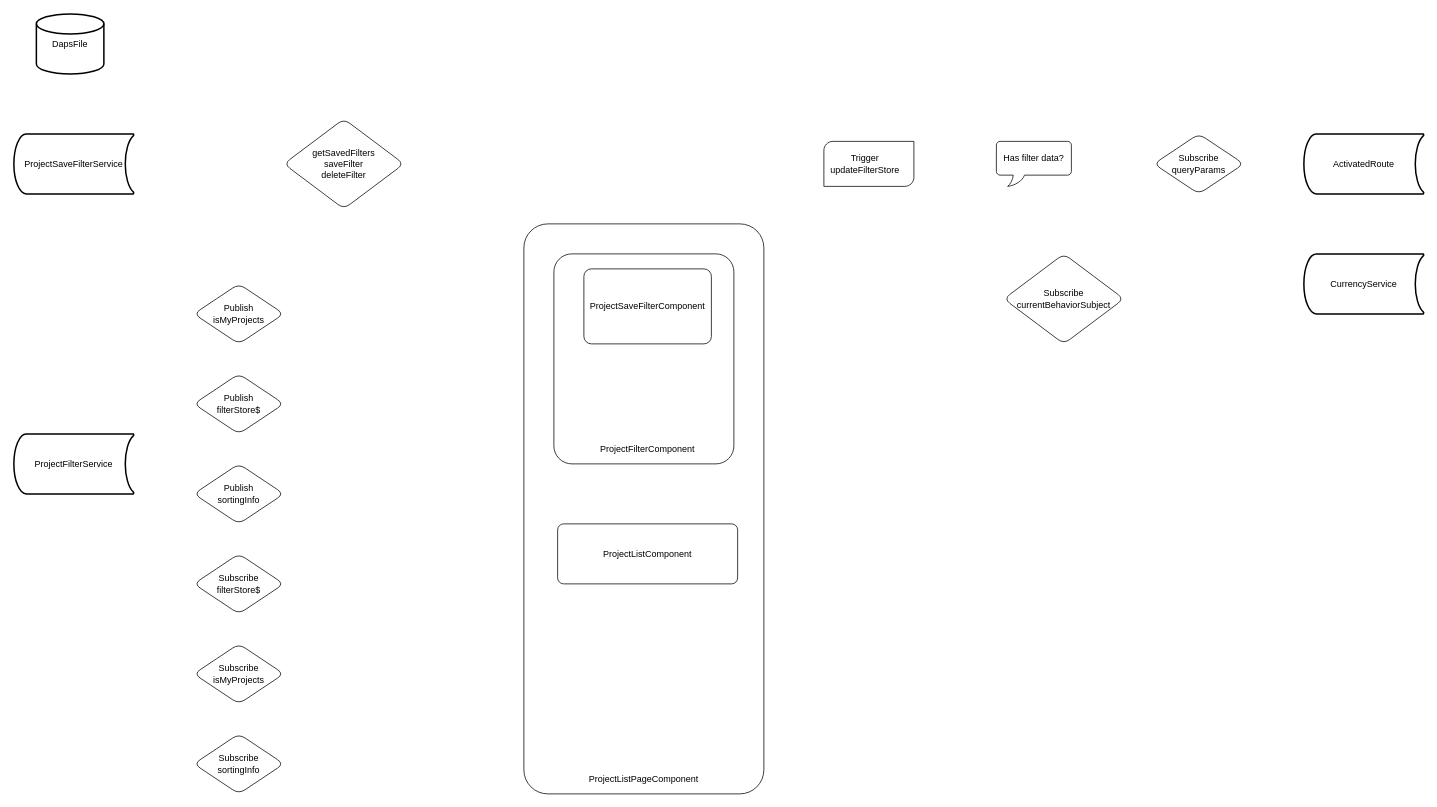
Before: Project-List.drawio in YeShengdong/diagrams, a draw.io diagram. Source tidied: cells renumbered, new cells numbered last; positions are measured from the earlier drawing's top-left corner, leaving out a move shared by most shapes. Both pictures are drawn from the tidied source at 75%, with x=0, y=0 at pixel (14, 14).
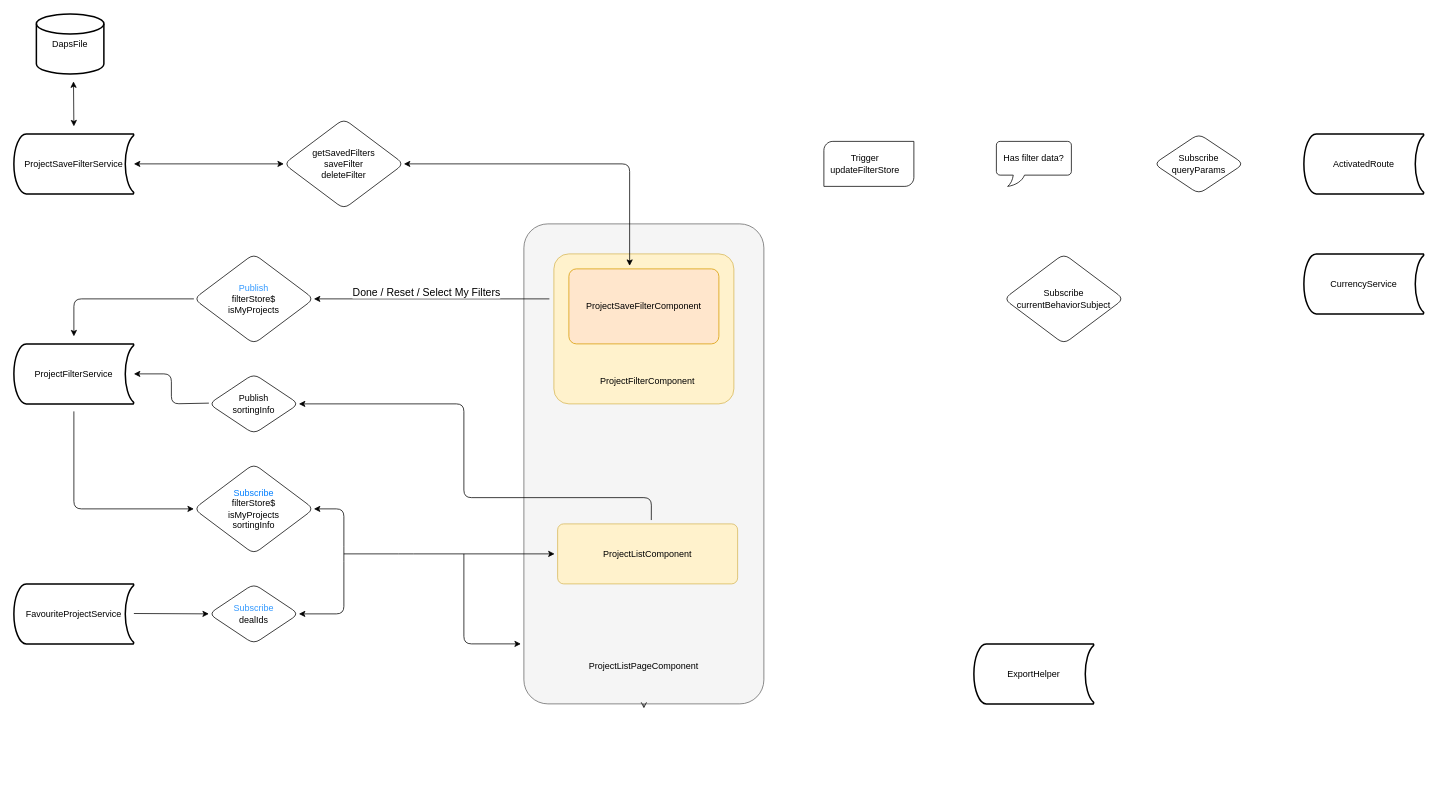
Above is the later version.

What changed in the source:
```diff
@@
-    <mxCell id="2" value="&lt;p style=&quot;line-height: 1;&quot;&gt;&lt;br&gt;&lt;/p&gt;" style="rounded=1;arcSize=10;html=1;align=center;whiteSpace=wrap;fillStyle=auto;glass=0;fillColor=none;" parent="1" vertex="1">
-      <mxGeometry x="680" y="280" width="320" height="760" as="geometry" />
+    <mxCell id="2" value="&lt;p style=&quot;line-height: 1;&quot;&gt;&lt;br&gt;&lt;/p&gt;" style="rounded=1;arcSize=10;html=1;align=center;whiteSpace=wrap;fillStyle=auto;glass=0;fillColor=#f5f5f5;strokeColor=#666666;fontColor=#333333;" parent="1" vertex="1">
+      <mxGeometry x="680" y="280" width="320" height="640" as="geometry" />
     </mxCell>
-    <mxCell id="3" value="Publish&lt;br&gt;filterStore$" style="shape=rhombus;perimeter=rhombusPerimeter;whiteSpace=wrap;html=1;align=center;rounded=1;" parent="1" vertex="1">
-      <mxGeometry x="240" y="480" width="120" height="80" as="geometry" />
-    </mxCell>
-    <mxCell id="4" value="Subscribe&lt;br&gt;filterStore$" style="shape=rhombus;perimeter=rhombusPerimeter;whiteSpace=wrap;html=1;align=center;rounded=1;" parent="1" vertex="1">
-      <mxGeometry x="240" y="720" width="120" height="80" as="geometry" />
+    <mxCell id="4" value="&lt;font color=&quot;#007fff&quot;&gt;Subscribe&lt;/font&gt;&lt;br&gt;filterStore$&lt;br&gt;isMyProjects&lt;br&gt;sortingInfo" style="shape=rhombus;perimeter=rhombusPerimeter;whiteSpace=wrap;html=1;align=center;rounded=1;" parent="1" vertex="1">
+      <mxGeometry x="240" y="600" width="160" height="120" as="geometry" />
     </mxCell>
@@
-    <mxCell id="6" value="ProjectListPageComponent" style="text;html=1;strokeColor=none;fillColor=none;align=center;verticalAlign=middle;whiteSpace=wrap;rounded=0;glass=0;fillStyle=auto;" parent="1" vertex="1">
-      <mxGeometry x="760" y="1000" width="160" height="40" as="geometry" />
+    <mxCell id="6" value="ProjectListPageComponent" style="text;html=1;strokeColor=none;fillColor=none;align=center;verticalAlign=middle;whiteSpace=wrap;rounded=1;glass=0;fillStyle=auto;" parent="1" vertex="1">
+      <mxGeometry x="760" y="850" width="160" height="40" as="geometry" />
     </mxCell>
-    <mxCell id="7" style="rounded=1;arcSize=10;whiteSpace=wrap;html=1;align=center;gradientColor=none;fillColor=none;" parent="1" vertex="1">
-      <mxGeometry x="720" y="320" width="240" height="280" as="geometry" />
+    <mxCell id="7" style="rounded=1;arcSize=10;whiteSpace=wrap;html=1;align=center;fillColor=#fff2cc;strokeColor=#d6b656;" parent="1" vertex="1">
+      <mxGeometry x="720" y="320" width="240" height="200" as="geometry" />
     </mxCell>
-    <mxCell id="8" value="ProjectFilterComponent" style="text;html=1;strokeColor=none;fillColor=none;align=center;verticalAlign=middle;whiteSpace=wrap;rounded=0;glass=0;fillStyle=auto;" parent="1" vertex="1">
-      <mxGeometry x="765" y="560" width="160" height="40" as="geometry" />
+    <mxCell id="8" value="ProjectFilterComponent" style="text;html=1;strokeColor=none;fillColor=none;align=center;verticalAlign=middle;whiteSpace=wrap;rounded=1;glass=0;fillStyle=auto;" parent="1" vertex="1">
+      <mxGeometry x="765" y="470" width="160" height="40" as="geometry" />
     </mxCell>
-    <mxCell id="9" value="ProjectListComponent" style="rounded=1;arcSize=10;whiteSpace=wrap;html=1;align=center;" parent="1" vertex="1">
+    <mxCell id="9" value="ProjectListComponent" style="rounded=1;arcSize=10;whiteSpace=wrap;html=1;align=center;fillColor=#fff2cc;strokeColor=#d6b656;" parent="1" vertex="1">
       <mxGeometry x="725" y="680" width="240" height="80" as="geometry" />
     </mxCell>
-    <mxCell id="10" value="ProjectSaveFilterComponent" style="rounded=1;arcSize=10;whiteSpace=wrap;html=1;align=center;" parent="1" vertex="1">
-      <mxGeometry x="760" y="340" width="170" height="100" as="geometry" />
+    <mxCell id="10" value="ProjectSaveFilterComponent" style="rounded=1;arcSize=10;whiteSpace=wrap;html=1;align=center;fillColor=#ffe6cc;strokeColor=#d79b00;" parent="1" vertex="1">
+      <mxGeometry x="740" y="340" width="200" height="100" as="geometry" />
     </mxCell>
-    <mxCell id="11" value="Trigger&lt;br&gt;updateFilterStore" style="text;html=1;strokeColor=none;fillColor=none;align=center;verticalAlign=middle;whiteSpace=wrap;rounded=0;glass=0;fillStyle=auto;" parent="1" vertex="1">
+    <mxCell id="11" value="Trigger&lt;br&gt;updateFilterStore" style="text;html=1;strokeColor=none;fillColor=none;align=center;verticalAlign=middle;whiteSpace=wrap;rounded=1;glass=0;fillStyle=auto;" parent="1" vertex="1">
       <mxGeometry x="1100" y="185" width="70" height="30" as="geometry" />
     </mxCell>
-    <mxCell id="12" value="ActivatedRoute" style="strokeWidth=2;html=1;shape=mxgraph.flowchart.stored_data;whiteSpace=wrap;glass=0;fillStyle=auto;strokeColor=default;fillColor=none;gradientColor=none;" parent="1" vertex="1">
+    <mxCell id="12" value="ActivatedRoute" style="strokeWidth=2;html=1;shape=mxgraph.flowchart.stored_data;whiteSpace=wrap;glass=0;fillStyle=auto;strokeColor=default;fillColor=none;gradientColor=none;rounded=1;" parent="1" vertex="1">
       <mxGeometry x="1720" y="160" width="160" height="80" as="geometry" />
     </mxCell>
-    <mxCell id="13" value="ProjectSaveFilterService" style="strokeWidth=2;html=1;shape=mxgraph.flowchart.stored_data;whiteSpace=wrap;glass=0;fillStyle=auto;strokeColor=default;fillColor=none;gradientColor=none;" parent="1" vertex="1">
+    <mxCell id="13" value="ProjectSaveFilterService" style="strokeWidth=2;html=1;shape=mxgraph.flowchart.stored_data;whiteSpace=wrap;glass=0;fillStyle=auto;strokeColor=default;fillColor=none;gradientColor=none;rounded=1;" parent="1" vertex="1">
       <mxGeometry y="160" width="160" height="80" as="geometry" />
     </mxCell>
-    <mxCell id="14" value="CurrencyService" style="strokeWidth=2;html=1;shape=mxgraph.flowchart.stored_data;whiteSpace=wrap;glass=0;fillStyle=auto;strokeColor=default;fillColor=none;gradientColor=none;" parent="1" vertex="1">
+    <mxCell id="14" value="CurrencyService" style="strokeWidth=2;html=1;shape=mxgraph.flowchart.stored_data;whiteSpace=wrap;glass=0;fillStyle=auto;strokeColor=default;fillColor=none;gradientColor=none;rounded=1;" parent="1" vertex="1">
       <mxGeometry x="1720" y="320" width="160" height="80" as="geometry" />
     </mxCell>
-    <mxCell id="15" value="ProjectFilterService" style="strokeWidth=2;html=1;shape=mxgraph.flowchart.stored_data;whiteSpace=wrap;glass=0;fillStyle=auto;strokeColor=default;fillColor=none;gradientColor=none;" parent="1" vertex="1">
-      <mxGeometry y="560" width="160" height="80" as="geometry" />
+    <mxCell id="15" value="ProjectFilterService" style="strokeWidth=2;html=1;shape=mxgraph.flowchart.stored_data;whiteSpace=wrap;glass=0;fillStyle=auto;strokeColor=default;fillColor=none;gradientColor=none;rounded=1;" parent="1" vertex="1">
+      <mxGeometry y="440" width="160" height="80" as="geometry" />
     </mxCell>
-    <mxCell id="16" value="Has filter data?" style="whiteSpace=wrap;html=1;shape=mxgraph.basic.roundRectCallout;dx=30;dy=15;size=5;boundedLbl=1;glass=0;fillStyle=auto;strokeColor=default;fillColor=none;gradientColor=none;" parent="1" vertex="1">
+    <mxCell id="16" value="Has filter data?" style="whiteSpace=wrap;html=1;shape=mxgraph.basic.roundRectCallout;dx=30;dy=15;size=5;boundedLbl=1;glass=0;fillStyle=auto;strokeColor=default;fillColor=none;gradientColor=none;rounded=1;" parent="1" vertex="1">
       <mxGeometry x="1310" y="170" width="100" height="60" as="geometry" />
     </mxCell>
@@
-    <mxCell id="18" style="verticalLabelPosition=bottom;verticalAlign=top;html=1;shape=mxgraph.basic.diag_round_rect;dx=6;glass=0;fillStyle=auto;strokeColor=default;fillColor=none;gradientColor=none;" parent="1" vertex="1">
+    <mxCell id="18" style="verticalLabelPosition=bottom;verticalAlign=top;html=1;shape=mxgraph.basic.diag_round_rect;dx=6;glass=0;fillStyle=auto;strokeColor=default;fillColor=none;gradientColor=none;rounded=1;" parent="1" vertex="1">
       <mxGeometry x="1080" y="170" width="120" height="60" as="geometry" />
     </mxCell>
-    <mxCell id="19" value="Subscribe&lt;br&gt;isMyProjects" style="shape=rhombus;perimeter=rhombusPerimeter;whiteSpace=wrap;html=1;align=center;rounded=1;" parent="1" vertex="1">
-      <mxGeometry x="240" y="840" width="120" height="80" as="geometry" />
-    </mxCell>
-    <mxCell id="20" value="Publish&lt;br&gt;isMyProjects" style="shape=rhombus;perimeter=rhombusPerimeter;whiteSpace=wrap;html=1;align=center;rounded=1;" parent="1" vertex="1">
-      <mxGeometry x="240" y="360" width="120" height="80" as="geometry" />
+    <mxCell id="20" value="&lt;font color=&quot;#3399ff&quot;&gt;Publish&lt;/font&gt;&lt;br&gt;filterStore$&lt;br&gt;isMyProjects" style="shape=rhombus;perimeter=rhombusPerimeter;whiteSpace=wrap;html=1;align=center;rounded=1;" parent="1" vertex="1">
+      <mxGeometry x="240" y="320" width="160" height="120" as="geometry" />
     </mxCell>
@@
     <mxCell id="22" value="Publish&lt;br&gt;sortingInfo" style="shape=rhombus;perimeter=rhombusPerimeter;whiteSpace=wrap;html=1;align=center;rounded=1;" parent="1" vertex="1">
-      <mxGeometry x="240" y="600" width="120" height="80" as="geometry" />
+      <mxGeometry x="260" y="480" width="120" height="80" as="geometry" />
     </mxCell>
-    <mxCell id="23" value="Subscribe&lt;br&gt;sortingInfo" style="shape=rhombus;perimeter=rhombusPerimeter;whiteSpace=wrap;html=1;align=center;rounded=1;" parent="1" vertex="1">
-      <mxGeometry x="240" y="960" width="120" height="80" as="geometry" />
-    </mxCell>
-    <mxCell id="24" value="DapsFile" style="strokeWidth=2;html=1;shape=mxgraph.flowchart.database;whiteSpace=wrap;glass=0;fillStyle=auto;strokeColor=default;fillColor=none;gradientColor=none;" parent="1" vertex="1">
+    <mxCell id="24" value="DapsFile" style="strokeWidth=2;html=1;shape=mxgraph.flowchart.database;whiteSpace=wrap;glass=0;fillStyle=auto;strokeColor=default;fillColor=none;gradientColor=none;rounded=1;" parent="1" vertex="1">
       <mxGeometry x="30" width="90" height="80" as="geometry" />
     </mxCell>
+    <mxCell id="25" value="ExportHelper" style="strokeWidth=2;html=1;shape=mxgraph.flowchart.stored_data;whiteSpace=wrap;glass=0;fillStyle=auto;strokeColor=default;fillColor=none;gradientColor=none;rounded=1;" parent="1" vertex="1">
+      <mxGeometry x="1280" y="840" width="160" height="80" as="geometry" />
+    </mxCell>
+    <mxCell id="26" value="FavouriteProjectService" style="strokeWidth=2;html=1;shape=mxgraph.flowchart.stored_data;whiteSpace=wrap;glass=0;fillStyle=auto;strokeColor=default;fillColor=none;gradientColor=none;rounded=1;" parent="1" vertex="1">
+      <mxGeometry y="760" width="160" height="80" as="geometry" />
+    </mxCell>
+    <mxCell id="27" value="&lt;font color=&quot;#3399ff&quot;&gt;Subscribe&lt;/font&gt;&lt;br&gt;dealIds" style="shape=rhombus;perimeter=rhombusPerimeter;whiteSpace=wrap;html=1;align=center;rounded=1;" parent="1" vertex="1">
+      <mxGeometry x="260" y="760" width="120" height="80" as="geometry" />
+    </mxCell>
+    <mxCell id="28" style="endArrow=classic;startArrow=classic;html=1;rounded=1;strokeColor=default;fontColor=#3399FF;" parent="1" edge="1">
+      <mxGeometry relative="1" as="geometry">
+        <mxPoint x="80" y="150" as="sourcePoint" />
+        <mxPoint x="79.5" y="90" as="targetPoint" />
+      </mxGeometry>
+    </mxCell>
+    <mxCell id="29" style="endArrow=classic;startArrow=classic;html=1;rounded=1;strokeColor=default;fontColor=#3399FF;" parent="1" edge="1">
+      <mxGeometry relative="1" as="geometry">
+        <mxPoint x="160" y="200" as="sourcePoint" />
+        <mxPoint x="360" y="200" as="targetPoint" />
+      </mxGeometry>
+    </mxCell>
+    <mxCell id="30" style="endArrow=classic;startArrow=classic;html=1;rounded=1;strokeColor=default;fontColor=#3399FF;entryX=0.359;entryY=0.02;entryDx=0;entryDy=0;entryPerimeter=0;" parent="1" edge="1">
+      <mxGeometry relative="1" as="geometry">
+        <mxPoint x="520" y="200" as="sourcePoint" />
+        <mxPoint x="821" y="336" as="targetPoint" />
+        <Array as="points">
+          <mxPoint x="821" y="200" />
+        </Array>
+      </mxGeometry>
+    </mxCell>
+    <mxCell id="31" style="endArrow=classic;html=1;rounded=1;strokeColor=default;fontColor=#3399FF;" parent="1" edge="1">
+      <mxGeometry relative="1" as="geometry">
+        <mxPoint x="714" y="380" as="sourcePoint" />
+        <mxPoint x="400" y="380" as="targetPoint" />
+      </mxGeometry>
+    </mxCell>
+    <mxCell id="32" value="Done / Reset / Select My Filters" style="edgeLabel;html=1;align=center;verticalAlign=middle;fontSize=14;" parent="31" vertex="1">
+      <mxGeometry x="0.1" y="3" relative="1" as="geometry">
+        <mxPoint x="8" y="-13" as="offset" />
+      </mxGeometry>
+    </mxCell>
+    <mxCell id="33" style="endArrow=classic;html=1;rounded=1;strokeColor=default;fontColor=#3399FF;exitX=0.531;exitY=0.513;exitDx=0;exitDy=0;exitPerimeter=0;" parent="1" edge="1">
+      <mxGeometry relative="1" as="geometry">
+        <mxPoint x="849.9" y="674.9" as="sourcePoint" />
+        <mxPoint x="380" y="520" as="targetPoint" />
+        <Array as="points">
+          <mxPoint x="850" y="645" />
+          <mxPoint x="600" y="645" />
+          <mxPoint x="600" y="520" />
+        </Array>
+      </mxGeometry>
+    </mxCell>
+    <mxCell id="34" style="endArrow=classic;html=1;rounded=1;fontSize=11;startSize=6;endSize=6;" parent="1" edge="1">
+      <mxGeometry relative="1" as="geometry">
+        <mxPoint x="240" y="380" as="sourcePoint" />
+        <mxPoint x="80" y="430" as="targetPoint" />
+        <Array as="points">
+          <mxPoint x="80" y="380" />
+        </Array>
+      </mxGeometry>
+    </mxCell>
+    <mxCell id="35" style="endArrow=classic;html=1;rounded=1;fontSize=11;startSize=6;endSize=6;" parent="1" edge="1">
+      <mxGeometry relative="1" as="geometry">
+        <mxPoint x="260" y="519" as="sourcePoint" />
+        <mxPoint x="160" y="480" as="targetPoint" />
+        <Array as="points">
+          <mxPoint x="210" y="520" />
+          <mxPoint x="210" y="480" />
+        </Array>
+      </mxGeometry>
+    </mxCell>
+    <mxCell id="36" style="endArrow=classic;html=1;rounded=1;fontSize=11;startSize=6;endSize=6;" parent="1" edge="1">
+      <mxGeometry relative="1" as="geometry">
+        <mxPoint x="80" y="530" as="sourcePoint" />
+        <mxPoint x="240" y="660" as="targetPoint" />
+        <Array as="points">
+          <mxPoint x="80" y="660" />
+        </Array>
+      </mxGeometry>
+    </mxCell>
+    <mxCell id="37" style="endArrow=classic;html=1;rounded=1;fontSize=11;startSize=6;endSize=6;entryX=0;entryY=0.5;entryDx=0;entryDy=0;" parent="1" edge="1" target="27">
+      <mxGeometry relative="1" as="geometry">
+        <mxPoint x="160" y="799.5" as="sourcePoint" />
+      </mxGeometry>
+    </mxCell>
+    <mxCell id="38" style="endArrow=classic;html=1;rounded=1;fontSize=11;startSize=6;endSize=6;targetPerimeterSpacing=6;sourcePerimeterSpacing=6;startArrow=none;startFill=0;jumpStyle=none;sketch=0;" parent="1" edge="1">
+      <mxGeometry relative="1" as="geometry">
+        <mxPoint x="440" y="720" as="sourcePoint" />
+        <mxPoint x="721" y="720" as="targetPoint" />
+        <Array as="points">
+          <mxPoint x="523" y="720" />
+        </Array>
+      </mxGeometry>
+    </mxCell>
+    <mxCell id="39" style="endArrow=classic;html=1;rounded=1;fontSize=11;startSize=6;endSize=6;" parent="1" edge="1">
+      <mxGeometry relative="1" as="geometry">
+        <mxPoint x="600" y="720" as="sourcePoint" />
+        <mxPoint x="676" y="840" as="targetPoint" />
+        <Array as="points">
+          <mxPoint x="600" y="840" />
+        </Array>
+      </mxGeometry>
+    </mxCell>
+    <mxCell id="40" style="endArrow=classic;startArrow=classic;html=1;rounded=1;sketch=0;fontSize=11;startSize=6;endSize=6;sourcePerimeterSpacing=6;targetPerimeterSpacing=6;jumpStyle=none;exitX=1;exitY=0.5;exitDx=0;exitDy=0;entryX=1;entryY=0.5;entryDx=0;entryDy=0;" parent="1" edge="1" source="27" target="4">
+      <mxGeometry relative="1" as="geometry">
+        <Array as="points">
+          <mxPoint x="440" y="800" />
+          <mxPoint x="440" y="720" />
+          <mxPoint x="440" y="660" />
+        </Array>
+      </mxGeometry>
+    </mxCell>
+    <mxCell id="41" style="edgeStyle=orthogonalEdgeStyle;rounded=1;sketch=0;jumpStyle=none;orthogonalLoop=1;jettySize=auto;html=1;exitX=0.5;exitY=1;exitDx=0;exitDy=0;fontSize=11;startArrow=none;startFill=0;endArrow=open;startSize=6;endSize=6;sourcePerimeterSpacing=6;targetPerimeterSpacing=6;" parent="1" edge="1" source="2" target="2">
+      <mxGeometry relative="1" as="geometry" />
+    </mxCell>
```
